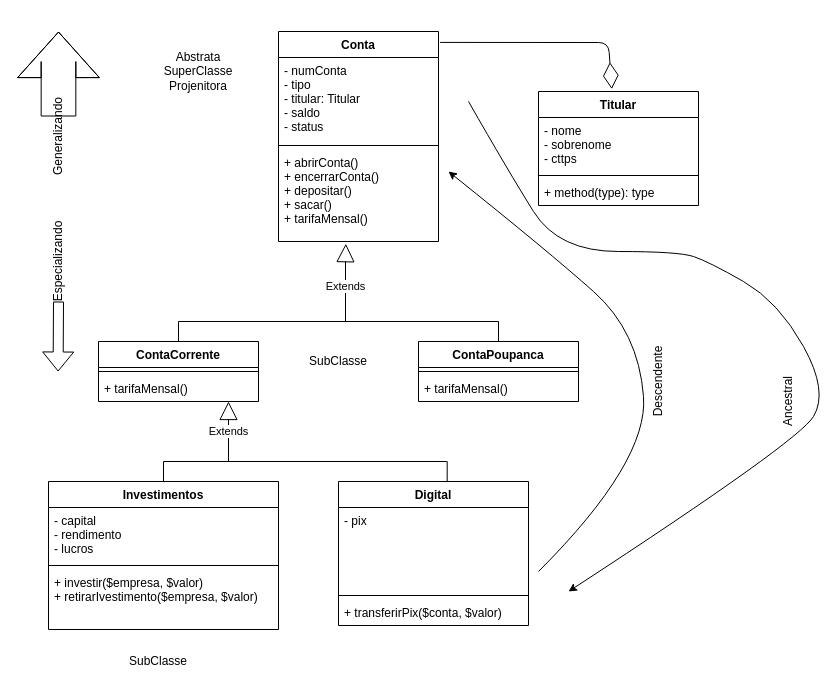
Before: atividades/Conta/Diagrama.drawio in endroni/TII2001M-03, a draw.io diagram. Source tidied: cells renumbered, new cells numbered last; positions are measured from the earlier drawing's top-left corner, leaving out a move shared by most shapes. Both pictures are drawn from the tidied source at 100%, with x=0, y=0 at pixel (38, 31).
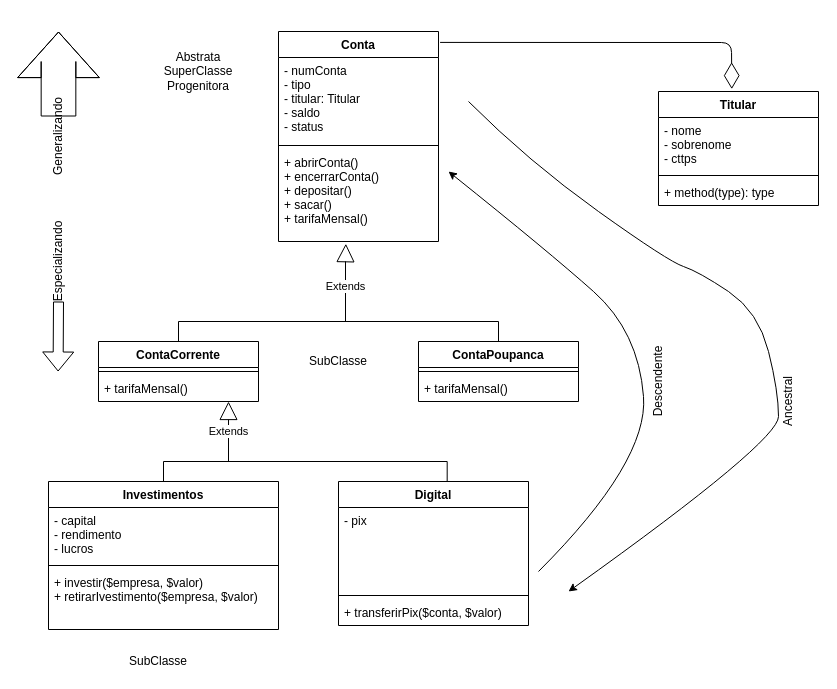
After the change.

Commit message:
diagrama atualizado

The change refers to these unchanged cells:
```xml
<mxCell id="2" value="Conta" style="swimlane;fontStyle=1;align=center;verticalAlign=top;horizontal=1;startSize=26;" parent="1" vertex="1">
  <mxGeometry x="240" width="160" height="210" as="geometry" />
</mxCell>
```

The edit, as a diff of the source:
```diff
@@
     <mxCell id="14" value="Titular" style="swimlane;fontStyle=1;align=center;verticalAlign=top;horizontal=1;startSize=26;" parent="1" vertex="1">
-      <mxGeometry x="500" y="60" width="160" height="114" as="geometry" />
+      <mxGeometry x="620" y="60" width="160" height="114" as="geometry" />
     </mxCell>
@@
     <mxCell id="18" style="endArrow=diamondThin;endFill=0;endSize=24;html=1;exitX=1.01;exitY=0.052;exitDx=0;exitDy=0;exitPerimeter=0;entryX=0.458;entryY=-0.021;entryDx=0;entryDy=0;entryPerimeter=0;" parent="1" edge="1" source="2" target="14">
       <mxGeometry relative="1" as="geometry">
         <Array as="points">
-          <mxPoint x="570" y="11" />
+          <mxPoint x="693" y="11" />
         </Array>
       </mxGeometry>
     </mxCell>
@@
-    <mxCell id="24" value="Abstrata&lt;br&gt;SuperClasse&lt;br&gt;Projenitora" style="text;html=1;strokeColor=none;fillColor=none;align=center;verticalAlign=middle;whiteSpace=wrap;rounded=0;" parent="1" vertex="1">
+    <mxCell id="24" value="Abstrata&lt;br&gt;SuperClasse&lt;br&gt;Progenitora" style="text;html=1;strokeColor=none;fillColor=none;align=center;verticalAlign=middle;whiteSpace=wrap;rounded=0;" parent="1" vertex="1">
       <mxGeometry x="110" y="10" width="100" height="60" as="geometry" />
     </mxCell>
@@
     <mxCell id="37" style="curved=1;endArrow=classic;html=1;" parent="1" edge="1">
       <mxGeometry relative="1" as="geometry">
         <mxPoint x="430" y="70" as="sourcePoint" />
         <mxPoint x="530" y="560" as="targetPoint" />
         <Array as="points">
-          <mxPoint x="470" y="140" />
-          <mxPoint x="520" y="220" />
-          <mxPoint x="640" y="220" />
-          <mxPoint x="670" y="230" />
-          <mxPoint x="740" y="270" />
-          <mxPoint x="790" y="360" />
-          <mxPoint x="760" y="410" />
+          <mxPoint x="490" y="130" />
+          <mxPoint x="630" y="230" />
+          <mxPoint x="660" y="240" />
+          <mxPoint x="720" y="280" />
+          <mxPoint x="740" y="360" />
+          <mxPoint x="740" y="410" />
         </Array>
       </mxGeometry>
     </mxCell>
```
